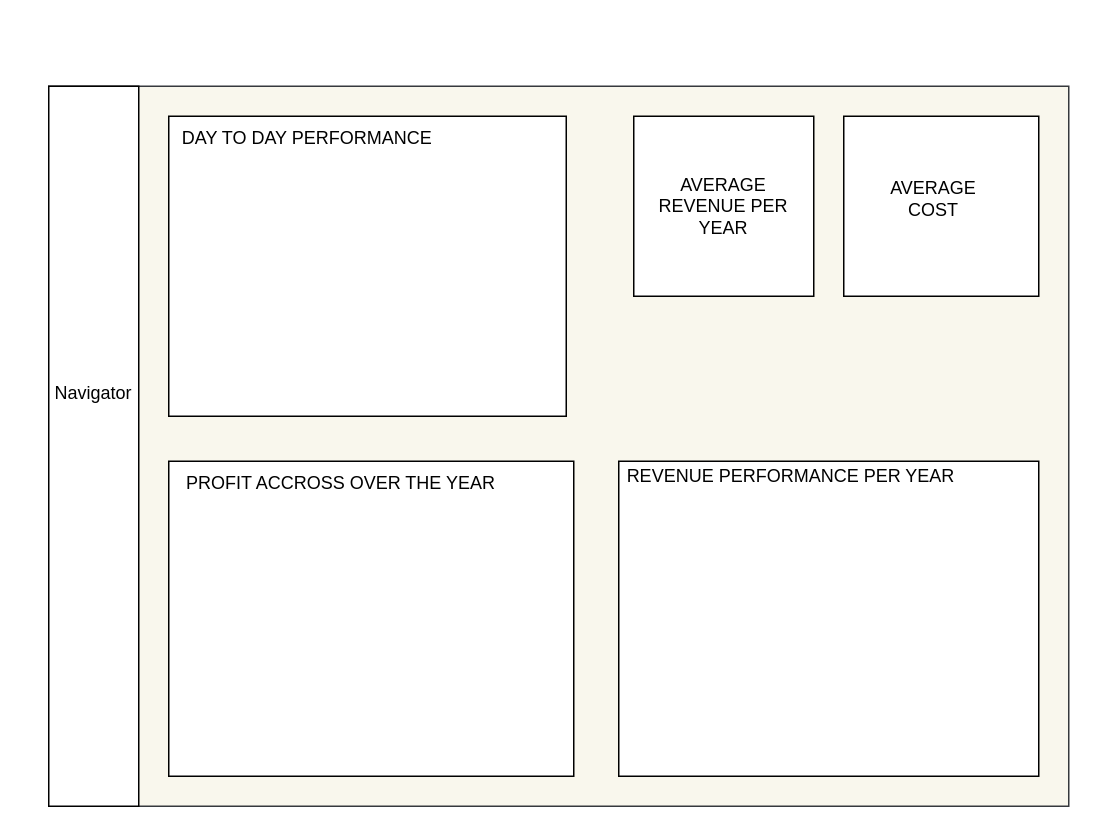
Above: page "Yearly performance" (1 of 5) of Untitled Diagram.drawio in Bumzeal/SALES-PERFORMANCE-ANALYSIS (draw.io), before the change. Source tidied: cells renumbered, new cells numbered last; positions are measured from the earlier drawing's top-left corner, leaving out a move shared by most shapes. Both pictures are drawn from the tidied source at 150%, with x=0, y=0 at pixel (26, 86).
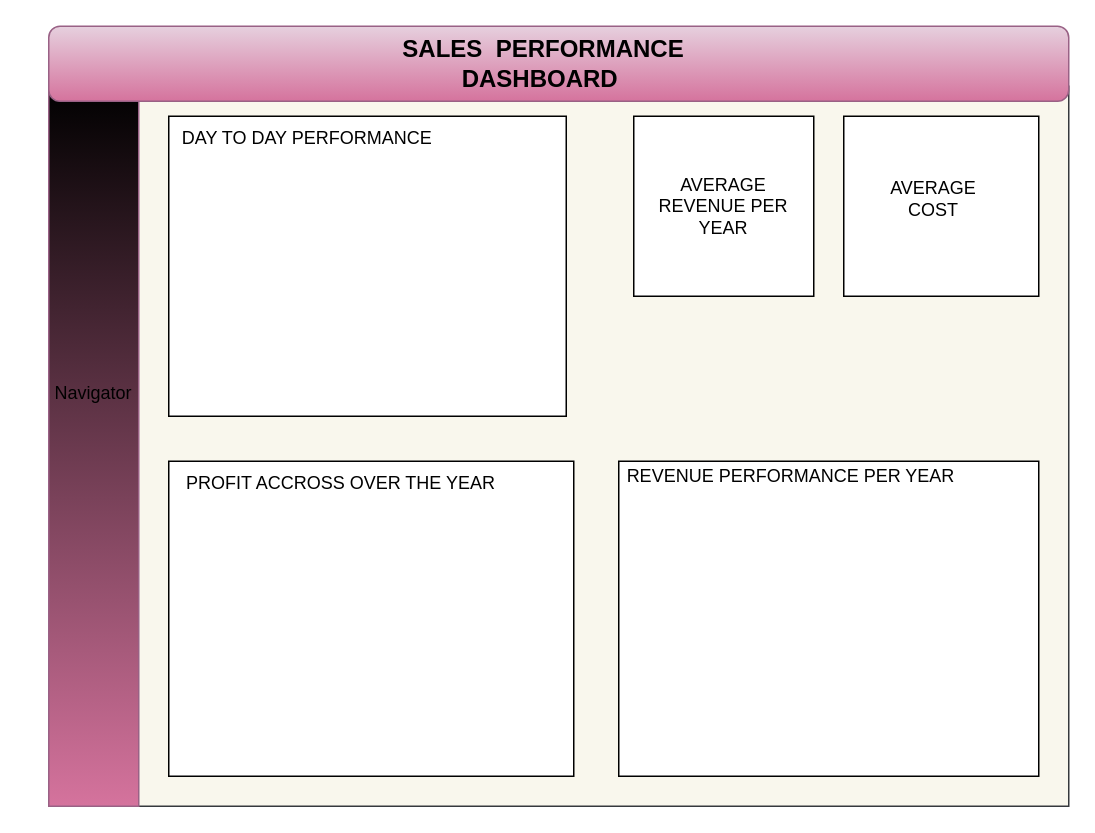
Above is the later version.

What changed in the source:
```diff
@@
 <mxGraphModel>
   <root>
     <mxCell id="0" />
     <mxCell id="1" parent="0" />
     <mxCell id="2" style="rounded=0;whiteSpace=wrap;html=1;fillColor=#f9f7ed;strokeColor=#36393d;" parent="1" vertex="1">
       <mxGeometry x="15" width="680" height="480" as="geometry" />
     </mxCell>
     <mxCell id="3" value="AVERAGE REVENUE PER YEAR" style="rounded=0;whiteSpace=wrap;html=1;" parent="1" vertex="1">
       <mxGeometry x="405" y="20" width="120" height="120" as="geometry" />
     </mxCell>
     <mxCell id="4" style="rounded=0;whiteSpace=wrap;html=1;" parent="1" vertex="1">
       <mxGeometry x="545" y="20" width="130" height="120" as="geometry" />
     </mxCell>
     <mxCell id="5" style="rounded=0;whiteSpace=wrap;html=1;" parent="1" vertex="1">
       <mxGeometry x="395" y="250" width="280" height="210" as="geometry" />
     </mxCell>
-    <mxCell id="6" style="rounded=0;whiteSpace=wrap;html=1;" parent="1" vertex="1">
+    <mxCell id="6" style="rounded=0;whiteSpace=wrap;html=1;fillColor=#000000;gradientColor=#d5739d;strokeColor=#996185;" parent="1" vertex="1">
       <mxGeometry x="15" width="60" height="480" as="geometry" />
     </mxCell>
     <mxCell id="7" style="rounded=0;whiteSpace=wrap;html=1;" parent="1" vertex="1">
       <mxGeometry x="95" y="250" width="270" height="210" as="geometry" />
     </mxCell>
     <mxCell id="8" value="REVENUE PERFORMANCE PER YEAR" style="text;html=1;strokeColor=none;fillColor=none;align=center;verticalAlign=middle;whiteSpace=wrap;rounded=0;" parent="1" vertex="1">
       <mxGeometry x="395" y="250" width="230" height="20" as="geometry" />
     </mxCell>
     <mxCell id="9" value="PROFIT ACCROSS OVER THE YEAR" style="text;html=1;strokeColor=none;fillColor=none;align=center;verticalAlign=middle;whiteSpace=wrap;rounded=0;" parent="1" vertex="1">
       <mxGeometry x="95" y="250" width="230" height="30" as="geometry" />
     </mxCell>
     <mxCell id="10" value="Navigator" style="text;html=1;strokeColor=none;fillColor=none;align=center;verticalAlign=middle;whiteSpace=wrap;rounded=0;" parent="1" vertex="1">
       <mxGeometry y="190" width="90" height="30" as="geometry" />
     </mxCell>
     <mxCell id="11" style="rounded=0;whiteSpace=wrap;html=1;" parent="1" vertex="1">
       <mxGeometry x="95" y="20" width="265" height="200" as="geometry" />
     </mxCell>
     <mxCell id="12" value="DAY TO DAY PERFORMANCE" style="text;html=1;strokeColor=none;fillColor=none;align=center;verticalAlign=middle;whiteSpace=wrap;rounded=0;" parent="1" vertex="1">
       <mxGeometry x="90" y="20" width="195" height="30" as="geometry" />
     </mxCell>
     <mxCell id="13" value="AVERAGE COST" style="text;html=1;strokeColor=none;fillColor=none;align=center;verticalAlign=middle;whiteSpace=wrap;rounded=0;" parent="1" vertex="1">
       <mxGeometry x="575" y="60" width="60" height="30" as="geometry" />
     </mxCell>
+    <mxCell id="14" style="rounded=1;whiteSpace=wrap;html=1;fillColor=#e6d0de;strokeColor=#996185;gradientColor=#d5739d;" parent="1" vertex="1">
+      <mxGeometry x="15" y="-40" width="680" height="50" as="geometry" />
+    </mxCell>
+    <mxCell id="15" value="&lt;font style=&quot;font-size: 16px;&quot;&gt;&lt;b&gt;SALES&amp;nbsp; PERFORMANCE DASHBOARD&amp;nbsp;&lt;/b&gt;&lt;/font&gt;" style="text;html=1;strokeColor=none;fillColor=none;align=center;verticalAlign=middle;whiteSpace=wrap;rounded=0;" parent="1" vertex="1">
+      <mxGeometry x="215" y="-30" width="260" height="30" as="geometry" />
+    </mxCell>
   </root>
 </mxGraphModel>
```
